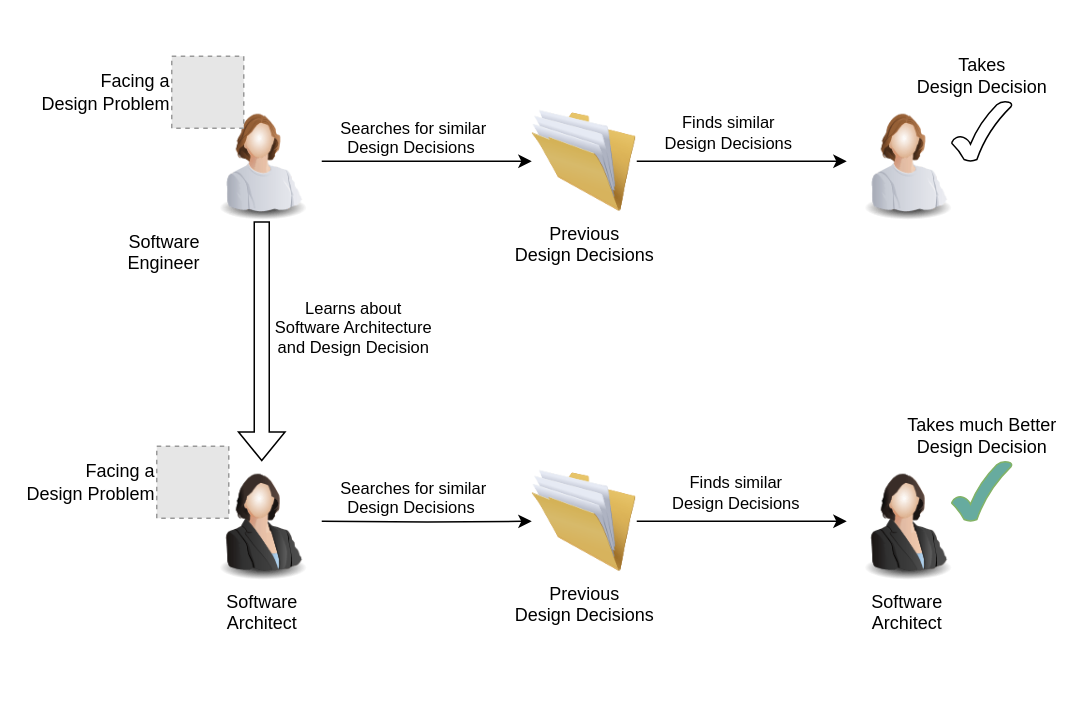
The draw.io diagram RD_experiments/diagram/approach_small.drawio in sa4s-serc/LLM4ADR, before the edit. Source tidied: cells renumbered, new cells numbered last; positions are measured from the earlier drawing's top-left corner, leaving out a move shared by most shapes. Both pictures are drawn from the tidied source at 150%, with x=0, y=0 at pixel (156, 56). Pictures stored in the file or linked from it are replaced by grey dashed boxes.
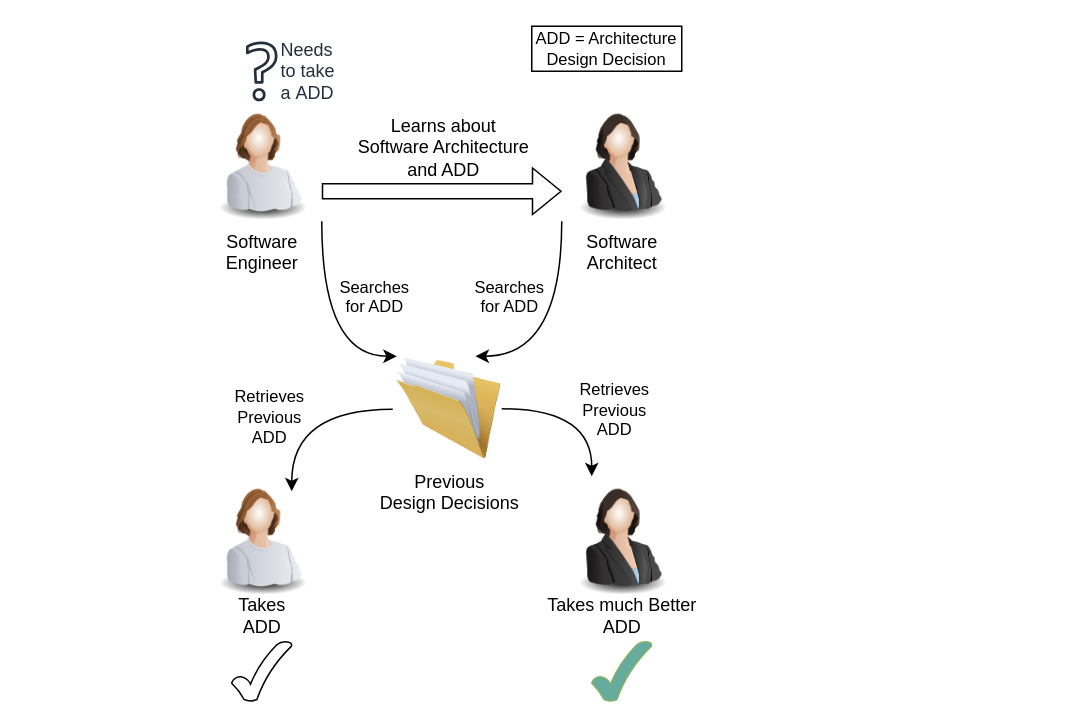
The same diagram, later.

What changed in the source:
```diff
@@
-    <mxCell id="2" style="edgeStyle=orthogonalEdgeStyle;rounded=0;jettySize=auto;html=1;" parent="1" edge="1" source="4" target="8">
-      <mxGeometry relative="1" as="geometry" />
-    </mxCell>
-    <mxCell id="3" value="Searches for similar&lt;div&gt;Design Decisions&amp;nbsp;&lt;/div&gt;" style="edgeLabel;html=1;align=center;verticalAlign=bottom;labelPosition=center;verticalLabelPosition=top;" parent="2" vertex="1">
-      <mxGeometry x="-0.14" y="1" relative="1" as="geometry" />
-    </mxCell>
+    <mxCell id="22" style="edgeStyle=orthogonalEdgeStyle;rounded=0;jettySize=auto;html=1;exitX=1;exitY=1;exitDx=0;exitDy=0;curved=1;entryX=0;entryY=0;entryDx=0;entryDy=0;" parent="1" edge="1" source="4" target="26">
+      <mxGeometry relative="1" as="geometry">
+        <Array as="points">
+          <mxPoint x="110" y="200" />
+        </Array>
+      </mxGeometry>
+    </mxCell>
-    <mxCell id="4" value="Software&lt;div&gt;Engineer&lt;/div&gt;" style="image;html=1;image=img/lib/clip_art/people/Worker_Woman_128x128.png;labelPosition=left;verticalLabelPosition=bottom;align=right;verticalAlign=top;" parent="1" vertex="1">
+    <mxCell id="4" value="Software&lt;div&gt;Engineer&lt;/div&gt;" style="image;html=1;image=img/lib/clip_art/people/Worker_Woman_128x128.png;labelPosition=center;verticalLabelPosition=bottom;align=center;verticalAlign=top;" parent="1" vertex="1">
       <mxGeometry x="30" y="30" width="80" height="80" as="geometry" />
     </mxCell>
-    <mxCell id="5" value="Facing a&lt;div&gt;Design Problem&lt;/div&gt;" style="fillColor=#E6E6E6;strokeColor=#999999;dashed=1;html=1;verticalAlign=middle;verticalLabelPosition=middle;labelBackgroundColor=#ffffff;labelPosition=left;align=right;" parent="1" vertex="1">
-      <mxGeometry x="10" width="48" height="48" as="geometry" />
-    </mxCell>
-    <mxCell id="6" style="edgeStyle=orthogonalEdgeStyle;rounded=0;jettySize=auto;html=1;" parent="1" edge="1" source="8" target="9">
-      <mxGeometry relative="1" as="geometry" />
-    </mxCell>
-    <mxCell id="7" value="Finds similar&lt;div&gt;Design Decisions&lt;/div&gt;" style="edgeLabel;html=1;align=center;verticalAlign=middle;" parent="6" vertex="1">
-      <mxGeometry x="-0.06" y="1" relative="1" as="geometry">
-        <mxPoint x="-6" y="-19" as="offset" />
-      </mxGeometry>
-    </mxCell>
-    <mxCell id="8" value="Previous&lt;div&gt;Design Decisions&lt;/div&gt;" style="image;html=1;image=img/lib/clip_art/general/Full_Folder_128x128.png;" parent="1" vertex="1">
-      <mxGeometry x="250" y="35" width="70" height="70" as="geometry" />
-    </mxCell>
-    <mxCell id="9" style="image;html=1;image=img/lib/clip_art/people/Worker_Woman_128x128.png;" parent="1" vertex="1">
-      <mxGeometry x="460" y="30" width="80" height="80" as="geometry" />
-    </mxCell>
-    <mxCell id="10" value="Takes&lt;div&gt;Design Decision&lt;/div&gt;" style="verticalLabelPosition=top;verticalAlign=bottom;html=1;shape=mxgraph.basic.tick;labelPosition=center;align=center;" parent="1" vertex="1">
-      <mxGeometry x="530" y="30" width="40" height="40" as="geometry" />
-    </mxCell>
-    <mxCell id="11" style="edgeStyle=orthogonalEdgeStyle;rounded=0;jettySize=auto;html=1;" parent="1" edge="1" target="16">
-      <mxGeometry relative="1" as="geometry">
-        <mxPoint x="110" y="310" as="sourcePoint" />
-      </mxGeometry>
-    </mxCell>
-    <mxCell id="12" value="Searches for similar&lt;div&gt;Design Decisions&amp;nbsp;&lt;/div&gt;" style="edgeLabel;html=1;align=center;verticalAlign=bottom;labelPosition=center;verticalLabelPosition=top;" parent="11" vertex="1">
-      <mxGeometry x="-0.14" y="1" relative="1" as="geometry" />
-    </mxCell>
-    <mxCell id="13" value="Facing a&lt;div&gt;Design Problem&lt;/div&gt;" style="fillColor=#E6E6E6;strokeColor=#999999;dashed=1;html=1;verticalAlign=middle;verticalLabelPosition=middle;labelBackgroundColor=#ffffff;labelPosition=left;align=right;" parent="1" vertex="1">
-      <mxGeometry y="260" width="48" height="48" as="geometry" />
-    </mxCell>
-    <mxCell id="14" style="edgeStyle=orthogonalEdgeStyle;rounded=0;jettySize=auto;html=1;" parent="1" edge="1" source="16">
-      <mxGeometry relative="1" as="geometry">
-        <mxPoint x="460" y="310" as="targetPoint" />
-      </mxGeometry>
-    </mxCell>
-    <mxCell id="15" value="Finds similar&lt;div&gt;Design Decisions&lt;/div&gt;" style="edgeLabel;html=1;align=center;verticalAlign=middle;" parent="14" vertex="1">
-      <mxGeometry x="-0.07" y="1" relative="1" as="geometry">
-        <mxPoint y="-19" as="offset" />
-      </mxGeometry>
-    </mxCell>
-    <mxCell id="16" value="Previous&lt;div&gt;Design Decisions&lt;/div&gt;" style="image;html=1;image=img/lib/clip_art/general/Full_Folder_128x128.png;" parent="1" vertex="1">
-      <mxGeometry x="250" y="275" width="70" height="70" as="geometry" />
-    </mxCell>
-    <mxCell id="17" value="Takes much Better&lt;div&gt;Design Decision&lt;/div&gt;" style="verticalLabelPosition=top;verticalAlign=bottom;html=1;shape=mxgraph.basic.tick;labelPosition=center;align=center;fillColor=#67AB9F;strokeColor=#82b366;" parent="1" vertex="1">
-      <mxGeometry x="530" y="270" width="40" height="40" as="geometry" />
-    </mxCell>
-    <mxCell id="18" style="shape=flexArrow;endArrow=classic;html=1;rounded=0;labelPosition=right;verticalLabelPosition=middle;align=left;verticalAlign=middle;" parent="1" edge="1" source="4">
-      <mxGeometry relative="1" as="geometry">
-        <mxPoint x="70" y="270" as="targetPoint" />
-      </mxGeometry>
-    </mxCell>
-    <mxCell id="19" value="Learns about&lt;div&gt;Software Architecture&lt;div&gt;and Design Decision&lt;/div&gt;&lt;/div&gt;" style="edgeLabel;html=1;align=center;verticalAlign=middle;" parent="18" vertex="1">
-      <mxGeometry x="-0.21" relative="1" as="geometry">
-        <mxPoint x="60" y="7" as="offset" />
-      </mxGeometry>
-    </mxCell>
-    <mxCell id="20" value="Software&lt;div&gt;Architect&lt;/div&gt;" style="image;html=1;image=img/lib/clip_art/people/Suit_Woman_128x128.png;" parent="1" vertex="1">
-      <mxGeometry x="30" y="270" width="80" height="80" as="geometry" />
-    </mxCell>
-    <mxCell id="21" value="Software&lt;div&gt;Architect&lt;/div&gt;" style="image;html=1;image=img/lib/clip_art/people/Suit_Woman_128x128.png;" parent="1" vertex="1">
-      <mxGeometry x="460" y="270" width="80" height="80" as="geometry" />
-    </mxCell>
+    <mxCell id="23" style="edgeStyle=orthogonalEdgeStyle;rounded=0;jettySize=auto;html=1;exitX=0;exitY=1;exitDx=0;exitDy=0;curved=1;entryX=0.75;entryY=0;entryDx=0;entryDy=0;" parent="1" edge="1" source="24" target="26">
+      <mxGeometry relative="1" as="geometry">
+        <Array as="points">
+          <mxPoint x="270" y="200" />
+        </Array>
+      </mxGeometry>
+    </mxCell>
+    <mxCell id="24" value="Software&lt;div&gt;Architect&lt;/div&gt;" style="image;html=1;image=img/lib/clip_art/people/Suit_Woman_128x128.png;" parent="1" vertex="1">
+      <mxGeometry x="270" y="30" width="80" height="80" as="geometry" />
+    </mxCell>
+    <mxCell id="25" style="edgeStyle=orthogonalEdgeStyle;rounded=0;jettySize=auto;html=1;exitX=1;exitY=0.5;exitDx=0;exitDy=0;entryX=0.25;entryY=0;entryDx=0;entryDy=0;curved=1;labelPosition=right;verticalLabelPosition=middle;align=right;verticalAlign=middle;" parent="1" edge="1" source="26" target="31">
+      <mxGeometry x="0.14" y="11" relative="1" as="geometry">
+        <mxPoint x="-1" y="-5" as="offset" />
+      </mxGeometry>
+    </mxCell>
+    <mxCell id="26" value="Previous&lt;div&gt;Design Decisions&lt;/div&gt;" style="image;html=1;image=img/lib/clip_art/general/Full_Folder_128x128.png;" parent="1" vertex="1">
+      <mxGeometry x="160" y="200" width="70" height="70" as="geometry" />
+    </mxCell>
+    <mxCell id="27" style="shape=flexArrow;endArrow=classic;html=1;rounded=0;labelPosition=right;verticalLabelPosition=top;align=left;verticalAlign=bottom;exitX=1;exitY=0.75;exitDx=0;exitDy=0;entryX=0;entryY=0.75;entryDx=0;entryDy=0;" parent="1" edge="1" source="4" target="24">
+      <mxGeometry relative="1" as="geometry" />
+    </mxCell>
+    <mxCell id="28" value="&lt;font style=&quot;font-size: 12px;&quot;&gt;Learns about&lt;/font&gt;&lt;div style=&quot;font-size: 12px;&quot;&gt;&lt;font style=&quot;font-size: 12px;&quot;&gt;Software Architecture&lt;/font&gt;&lt;div&gt;&lt;font style=&quot;font-size: 12px;&quot;&gt;and ADD&lt;/font&gt;&lt;/div&gt;&lt;/div&gt;" style="edgeLabel;html=1;align=center;verticalAlign=middle;" parent="27" vertex="1">
+      <mxGeometry x="-0.21" relative="1" as="geometry">
+        <mxPoint x="17" y="-30" as="offset" />
+      </mxGeometry>
+    </mxCell>
+    <mxCell id="29" style="image;html=1;image=img/lib/clip_art/people/Worker_Woman_128x128.png;" parent="1" vertex="1">
+      <mxGeometry x="30" y="280" width="80" height="80" as="geometry" />
+    </mxCell>
+    <mxCell id="30" value="Takes&lt;div&gt;ADD&lt;/div&gt;" style="verticalLabelPosition=top;verticalAlign=bottom;html=1;shape=mxgraph.basic.tick;labelPosition=center;align=center;" parent="1" vertex="1">
+      <mxGeometry x="50" y="390" width="40" height="40" as="geometry" />
+    </mxCell>
+    <mxCell id="31" style="image;html=1;image=img/lib/clip_art/people/Suit_Woman_128x128.png;" parent="1" vertex="1">
+      <mxGeometry x="270" y="280" width="80" height="80" as="geometry" />
+    </mxCell>
+    <mxCell id="32" value="Takes much Better&lt;div&gt;ADD&lt;/div&gt;" style="verticalLabelPosition=top;verticalAlign=bottom;html=1;shape=mxgraph.basic.tick;labelPosition=center;align=center;fillColor=#67AB9F;strokeColor=#82b366;" parent="1" vertex="1">
+      <mxGeometry x="290" y="390" width="40" height="40" as="geometry" />
+    </mxCell>
+    <mxCell id="33" style="edgeStyle=orthogonalEdgeStyle;rounded=0;jettySize=auto;html=1;exitX=-0.038;exitY=0.505;exitDx=0;exitDy=0;entryX=0.75;entryY=0.125;entryDx=0;entryDy=0;entryPerimeter=0;curved=1;exitPerimeter=0;labelPosition=left;verticalLabelPosition=middle;align=center;verticalAlign=middle;" parent="1" edge="1" source="26" target="29">
+      <mxGeometry relative="1" as="geometry" />
+    </mxCell>
+    <mxCell id="34" value="Needs&lt;div&gt;to take&lt;div&gt;a&amp;nbsp;&lt;span style=&quot;background-color: initial;&quot;&gt;ADD&lt;/span&gt;&lt;/div&gt;&lt;/div&gt;" style="sketch=0;fontColor=#232F3E;gradientColor=none;fillColor=#232F3D;strokeColor=none;dashed=0;verticalLabelPosition=middle;verticalAlign=middle;align=left;html=1;fontSize=12;fontStyle=0;shape=mxgraph.aws4.question;labelPosition=right;" parent="1" vertex="1">
+      <mxGeometry x="59.5" y="-9.9" width="21" height="40" as="geometry" />
+    </mxCell>
+    <mxCell id="35" value="&lt;font style=&quot;font-size: 11px;&quot;&gt;Searches&lt;/font&gt;&lt;div style=&quot;font-size: 11px;&quot;&gt;&lt;font style=&quot;font-size: 11px;&quot;&gt;for ADD&lt;/font&gt;&lt;/div&gt;" style="text;html=1;align=center;verticalAlign=middle;strokeColor=none;fillColor=none;" parent="1" vertex="1">
+      <mxGeometry x="110" y="140" width="70" height="40" as="geometry" />
+    </mxCell>
+    <mxCell id="36" value="&lt;font style=&quot;font-size: 11px;&quot;&gt;Retrieves&lt;/font&gt;&lt;div style=&quot;font-size: 11px;&quot;&gt;&lt;font style=&quot;font-size: 11px;&quot;&gt;Previous&lt;/font&gt;&lt;/div&gt;&lt;div style=&quot;font-size: 11px;&quot;&gt;&lt;font style=&quot;font-size: 11px;&quot;&gt;ADD&lt;/font&gt;&lt;/div&gt;" style="text;html=1;align=center;verticalAlign=middle;strokeColor=none;fillColor=none;" parent="1" vertex="1">
+      <mxGeometry x="270" y="210" width="70" height="50" as="geometry" />
+    </mxCell>
+    <mxCell id="37" value="&lt;font style=&quot;font-size: 11px;&quot;&gt;Retrieves&lt;/font&gt;&lt;div style=&quot;font-size: 11px;&quot;&gt;&lt;font style=&quot;font-size: 11px;&quot;&gt;Previous&lt;/font&gt;&lt;/div&gt;&lt;div style=&quot;font-size: 11px;&quot;&gt;&lt;font style=&quot;font-size: 11px;&quot;&gt;ADD&lt;/font&gt;&lt;/div&gt;" style="text;html=1;align=center;verticalAlign=middle;strokeColor=none;fillColor=none;" parent="1" vertex="1">
+      <mxGeometry x="40" y="215" width="70" height="50" as="geometry" />
+    </mxCell>
+    <mxCell id="38" value="&lt;font style=&quot;font-size: 11px;&quot;&gt;Searches&lt;/font&gt;&lt;div style=&quot;font-size: 11px;&quot;&gt;&lt;font style=&quot;font-size: 11px;&quot;&gt;for ADD&lt;/font&gt;&lt;/div&gt;" style="text;html=1;align=center;verticalAlign=middle;strokeColor=none;fillColor=none;" parent="1" vertex="1">
+      <mxGeometry x="200" y="140" width="70" height="40" as="geometry" />
+    </mxCell>
+    <mxCell id="39" value="&lt;div style=&quot;font-size: 11px;&quot;&gt;&lt;span style=&quot;text-wrap: nowrap;&quot;&gt;&lt;font style=&quot;font-size: 11px;&quot;&gt;ADD = Architecture&lt;/font&gt;&lt;/span&gt;&lt;div style=&quot;text-wrap: nowrap;&quot;&gt;&lt;font style=&quot;font-size: 11px;&quot;&gt;Design Decision&lt;/font&gt;&lt;/div&gt;&lt;/div&gt;" style="rounded=0;whiteSpace=wrap;html=1;" parent="1" vertex="1">
+      <mxGeometry x="250" y="-20" width="100" height="30" as="geometry" />
+    </mxCell>
```
